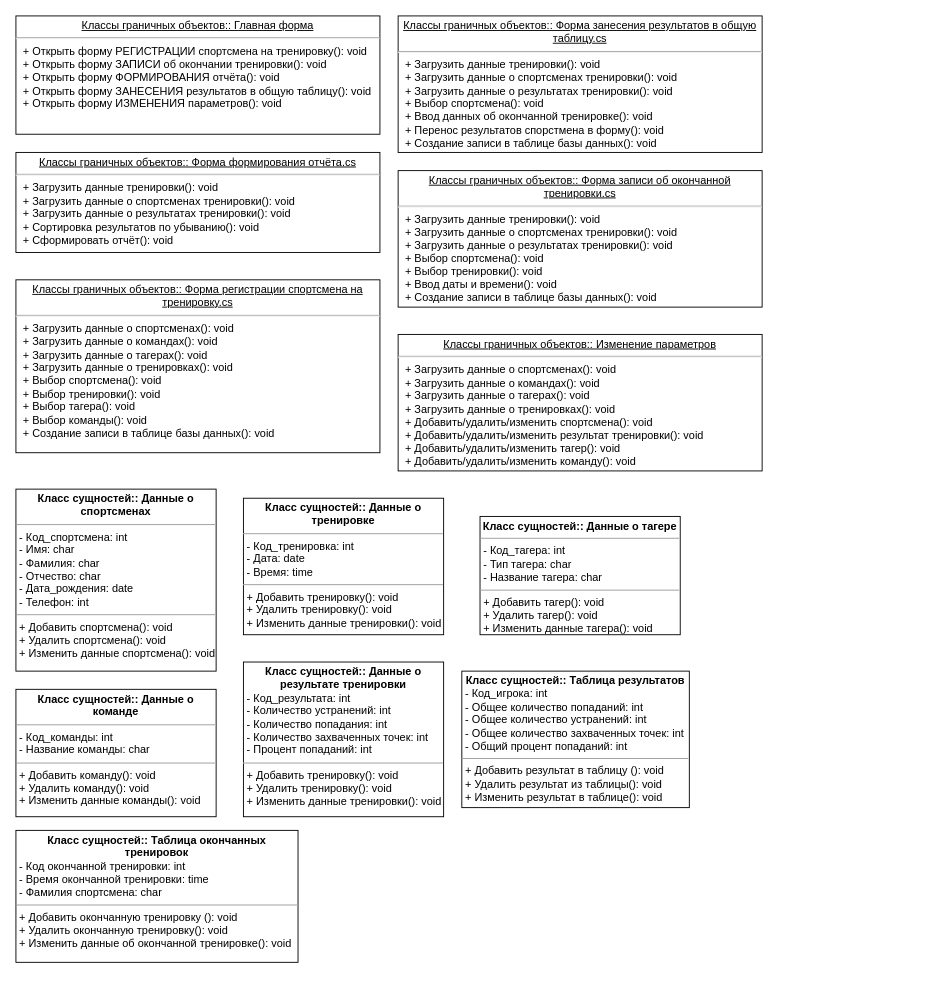
VentoAureo12/Projecting-n-Design keeps this draw.io diagram as Решения/Часть 3. Схемы/Диаграмма классов.drawio. Above is the earlier version. Source tidied: cells renumbered, new cells numbered last; positions are measured from the earlier drawing's top-left corner, leaving out a move shared by most shapes. Both pictures are drawn from the tidied source at 91%, with x=0, y=0 at pixel (15, 15).
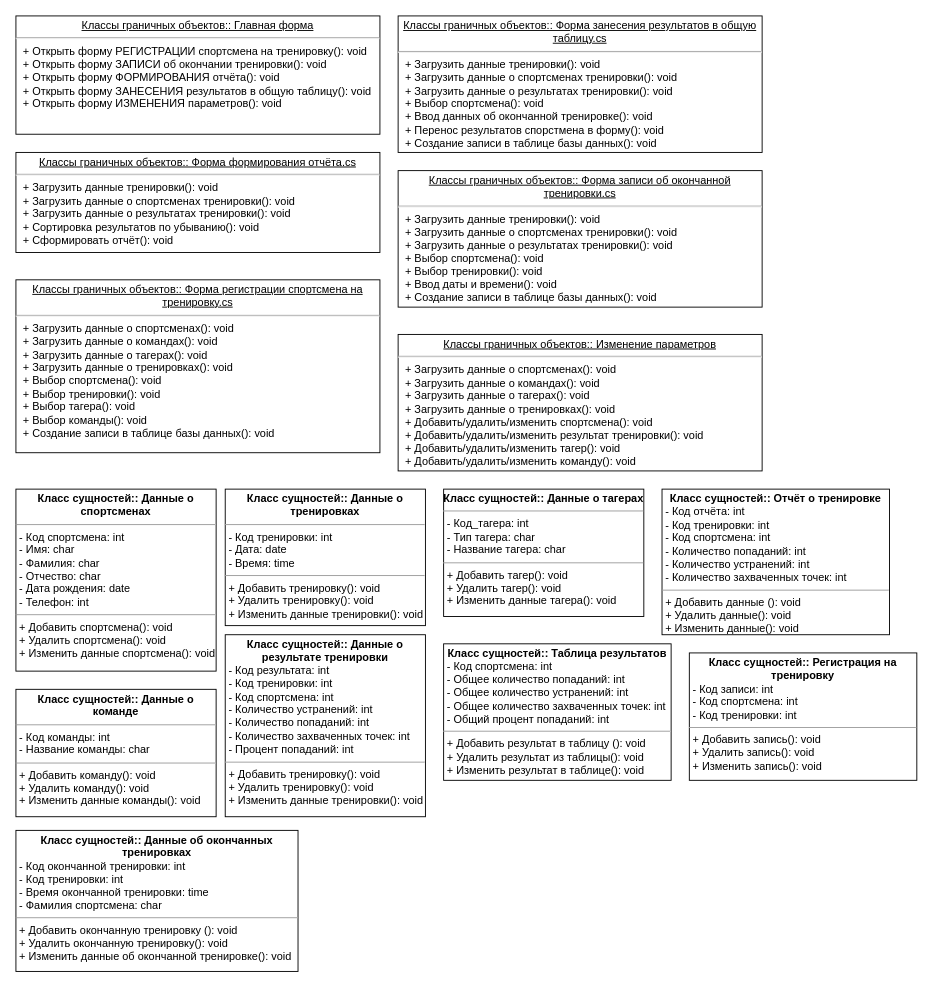
The same diagram, later.

What changed in the source:
```diff
@@
-    <mxCell id="8" value="&lt;p style=&quot;margin:0px;margin-top:4px;text-align:center;&quot;&gt;&lt;b&gt;Класс сущностей:: Данные о спортсменах&lt;/b&gt;&lt;/p&gt;&lt;hr size=&quot;1&quot;&gt;&lt;p style=&quot;margin:0px;margin-left:4px;&quot;&gt;- Код_спортсмена: int&lt;br&gt;- Имя: char&lt;/p&gt;&lt;p style=&quot;margin:0px;margin-left:4px;&quot;&gt;- Фамилия: char&lt;/p&gt;&lt;p style=&quot;margin:0px;margin-left:4px;&quot;&gt;- Отчество: char&lt;/p&gt;&lt;p style=&quot;margin:0px;margin-left:4px;&quot;&gt;- Дата_рождения: date&lt;/p&gt;&lt;p style=&quot;margin:0px;margin-left:4px;&quot;&gt;- Телефон: int&lt;/p&gt;&lt;hr size=&quot;1&quot;&gt;&lt;p style=&quot;margin:0px;margin-left:4px;&quot;&gt;+ Добавить спортсмена(): void&lt;br&gt;+ Удалить спортсмена(): void&lt;br&gt;&lt;/p&gt;&lt;p style=&quot;margin:0px;margin-left:4px;&quot;&gt;+ Изменить данные спортсмена(): void&lt;br&gt;&lt;/p&gt;" style="verticalAlign=top;align=left;overflow=fill;fontSize=12;fontFamily=Helvetica;html=1;whiteSpace=wrap;" parent="1" vertex="1">
+    <mxCell id="8" value="&lt;p style=&quot;margin:0px;margin-top:4px;text-align:center;&quot;&gt;&lt;b&gt;Класс сущностей:: Данные о спортсменах&lt;/b&gt;&lt;/p&gt;&lt;hr size=&quot;1&quot;&gt;&lt;p style=&quot;margin:0px;margin-left:4px;&quot;&gt;- Код спортсмена: int&lt;br&gt;- Имя: char&lt;/p&gt;&lt;p style=&quot;margin:0px;margin-left:4px;&quot;&gt;- Фамилия: char&lt;/p&gt;&lt;p style=&quot;margin:0px;margin-left:4px;&quot;&gt;- Отчество: char&lt;/p&gt;&lt;p style=&quot;margin:0px;margin-left:4px;&quot;&gt;- Дата рождения: date&lt;/p&gt;&lt;p style=&quot;margin:0px;margin-left:4px;&quot;&gt;- Телефон: int&lt;/p&gt;&lt;hr size=&quot;1&quot;&gt;&lt;p style=&quot;margin:0px;margin-left:4px;&quot;&gt;+ Добавить спортсмена(): void&lt;br&gt;+ Удалить спортсмена(): void&lt;br&gt;&lt;/p&gt;&lt;p style=&quot;margin:0px;margin-left:4px;&quot;&gt;+ Изменить данные спортсмена(): void&lt;br&gt;&lt;/p&gt;" style="verticalAlign=top;align=left;overflow=fill;fontSize=12;fontFamily=Helvetica;html=1;whiteSpace=wrap;" parent="1" vertex="1">
       <mxGeometry y="520" width="220" height="200" as="geometry" />
     </mxCell>
-    <mxCell id="9" value="&lt;p style=&quot;margin:0px;margin-top:4px;text-align:center;&quot;&gt;&lt;b&gt;Класс сущностей:: Данные о тренировке&lt;/b&gt;&lt;/p&gt;&lt;hr size=&quot;1&quot;&gt;&lt;p style=&quot;margin:0px;margin-left:4px;&quot;&gt;- Код_тренировка: int&lt;br&gt;- Дата: date&lt;/p&gt;&lt;p style=&quot;margin:0px;margin-left:4px;&quot;&gt;- Время: time&lt;/p&gt;&lt;hr size=&quot;1&quot;&gt;&lt;p style=&quot;margin:0px;margin-left:4px;&quot;&gt;+ Добавить тренировку(): void&lt;br&gt;+ Удалить тренировку(): void&lt;br&gt;&lt;/p&gt;&lt;p style=&quot;margin:0px;margin-left:4px;&quot;&gt;+ Изменить данные тренировки(): void&lt;br&gt;&lt;/p&gt;" style="verticalAlign=top;align=left;overflow=fill;fontSize=12;fontFamily=Helvetica;html=1;whiteSpace=wrap;" parent="1" vertex="1">
-      <mxGeometry x="250" y="530" width="220" height="150" as="geometry" />
+    <mxCell id="9" value="&lt;p style=&quot;margin:0px;margin-top:4px;text-align:center;&quot;&gt;&lt;b&gt;Класс сущностей:: Данные о тренировках&lt;/b&gt;&lt;/p&gt;&lt;hr size=&quot;1&quot;&gt;&lt;p style=&quot;margin:0px;margin-left:4px;&quot;&gt;- Код тренировки: int&lt;br&gt;- Дата: date&lt;/p&gt;&lt;p style=&quot;margin:0px;margin-left:4px;&quot;&gt;- Время: time&lt;/p&gt;&lt;hr size=&quot;1&quot;&gt;&lt;p style=&quot;margin:0px;margin-left:4px;&quot;&gt;+ Добавить тренировку(): void&lt;br&gt;+ Удалить тренировку(): void&lt;br&gt;&lt;/p&gt;&lt;p style=&quot;margin:0px;margin-left:4px;&quot;&gt;+ Изменить данные тренировки(): void&lt;br&gt;&lt;/p&gt;" style="verticalAlign=top;align=left;overflow=fill;fontSize=12;fontFamily=Helvetica;html=1;whiteSpace=wrap;" parent="1" vertex="1">
+      <mxGeometry x="230" y="520" width="220" height="150" as="geometry" />
     </mxCell>
-    <mxCell id="10" value="&lt;p style=&quot;margin:0px;margin-top:4px;text-align:center;&quot;&gt;&lt;b&gt;Класс сущностей:: Данные о тагере&lt;/b&gt;&lt;/p&gt;&lt;hr size=&quot;1&quot;&gt;&lt;p style=&quot;margin:0px;margin-left:4px;&quot;&gt;- Код_тагера: int&lt;br&gt;- Тип тагера: char&lt;/p&gt;&lt;p style=&quot;margin:0px;margin-left:4px;&quot;&gt;- Название тагера: char&lt;/p&gt;&lt;hr size=&quot;1&quot;&gt;&lt;p style=&quot;margin:0px;margin-left:4px;&quot;&gt;+ Добавить тагер(): void&lt;br&gt;+ Удалить тагер(): void&lt;br&gt;&lt;/p&gt;&lt;p style=&quot;margin:0px;margin-left:4px;&quot;&gt;+ Изменить данные тагера(): void&lt;br&gt;&lt;/p&gt;" style="verticalAlign=top;align=left;overflow=fill;fontSize=12;fontFamily=Helvetica;html=1;whiteSpace=wrap;" parent="1" vertex="1">
-      <mxGeometry x="510" y="550" width="220" height="130" as="geometry" />
+    <mxCell id="10" value="&lt;p style=&quot;margin:0px;margin-top:4px;text-align:center;&quot;&gt;&lt;b&gt;Класс сущностей:: Данные о тагерах&lt;/b&gt;&lt;/p&gt;&lt;hr size=&quot;1&quot;&gt;&lt;p style=&quot;margin:0px;margin-left:4px;&quot;&gt;- Код_тагера: int&lt;br&gt;- Тип тагера: char&lt;/p&gt;&lt;p style=&quot;margin:0px;margin-left:4px;&quot;&gt;- Название тагера: char&lt;/p&gt;&lt;hr size=&quot;1&quot;&gt;&lt;p style=&quot;margin:0px;margin-left:4px;&quot;&gt;+ Добавить тагер(): void&lt;br&gt;+ Удалить тагер(): void&lt;br&gt;&lt;/p&gt;&lt;p style=&quot;margin:0px;margin-left:4px;&quot;&gt;+ Изменить данные тагера(): void&lt;br&gt;&lt;/p&gt;" style="verticalAlign=top;align=left;overflow=fill;fontSize=12;fontFamily=Helvetica;html=1;whiteSpace=wrap;" parent="1" vertex="1">
+      <mxGeometry x="470" y="520" width="220" height="140" as="geometry" />
     </mxCell>
-    <mxCell id="11" value="&lt;p style=&quot;margin:0px;margin-top:4px;text-align:center;&quot;&gt;&lt;b&gt;Класс сущностей:: Данные о команде&lt;/b&gt;&lt;/p&gt;&lt;hr size=&quot;1&quot;&gt;&lt;p style=&quot;margin:0px;margin-left:4px;&quot;&gt;- Код_команды: int&lt;br&gt;- Название команды: char&lt;/p&gt;&lt;hr size=&quot;1&quot;&gt;&lt;p style=&quot;margin:0px;margin-left:4px;&quot;&gt;+ Добавить команду(): void&lt;br&gt;+ Удалить команду(): void&lt;br&gt;&lt;/p&gt;&lt;p style=&quot;margin:0px;margin-left:4px;&quot;&gt;+ Изменить данные команды(): void&lt;br&gt;&lt;/p&gt;" style="verticalAlign=top;align=left;overflow=fill;fontSize=12;fontFamily=Helvetica;html=1;whiteSpace=wrap;" parent="1" vertex="1">
+    <mxCell id="11" value="&lt;p style=&quot;margin:0px;margin-top:4px;text-align:center;&quot;&gt;&lt;b&gt;Класс сущностей:: Данные о команде&lt;/b&gt;&lt;/p&gt;&lt;hr size=&quot;1&quot;&gt;&lt;p style=&quot;margin:0px;margin-left:4px;&quot;&gt;- Код команды: int&lt;br&gt;- Название команды: char&lt;/p&gt;&lt;hr size=&quot;1&quot;&gt;&lt;p style=&quot;margin:0px;margin-left:4px;&quot;&gt;+ Добавить команду(): void&lt;br&gt;+ Удалить команду(): void&lt;br&gt;&lt;/p&gt;&lt;p style=&quot;margin:0px;margin-left:4px;&quot;&gt;+ Изменить данные команды(): void&lt;br&gt;&lt;/p&gt;" style="verticalAlign=top;align=left;overflow=fill;fontSize=12;fontFamily=Helvetica;html=1;whiteSpace=wrap;" parent="1" vertex="1">
       <mxGeometry y="740" width="220" height="140" as="geometry" />
     </mxCell>
-    <mxCell id="12" value="&lt;p style=&quot;margin:0px;margin-top:4px;text-align:center;&quot;&gt;&lt;b&gt;Класс сущностей:: Данные о результате тренировки&lt;/b&gt;&lt;/p&gt;&lt;p style=&quot;margin:0px;margin-left:4px;&quot;&gt;- Код_результата: int&lt;br&gt;- Количество устранений: int&lt;/p&gt;&lt;p style=&quot;margin:0px;margin-left:4px;&quot;&gt;- Количество попадания: int&lt;/p&gt;&lt;p style=&quot;margin:0px;margin-left:4px;&quot;&gt;- Количество захваченных точек: int&lt;br&gt;&lt;/p&gt;&lt;p style=&quot;margin:0px;margin-left:4px;&quot;&gt;- Процент попаданий: int&lt;br&gt;&lt;/p&gt;&lt;hr size=&quot;1&quot;&gt;&lt;p style=&quot;margin:0px;margin-left:4px;&quot;&gt;+ Добавить тренировку(): void&lt;br&gt;+ Удалить тренировку(): void&lt;br&gt;&lt;/p&gt;&lt;p style=&quot;margin:0px;margin-left:4px;&quot;&gt;+ Изменить данные тренировки(): void&lt;br&gt;&lt;/p&gt;" style="verticalAlign=top;align=left;overflow=fill;fontSize=12;fontFamily=Helvetica;html=1;whiteSpace=wrap;" parent="1" vertex="1">
-      <mxGeometry x="250" y="710" width="220" height="170" as="geometry" />
+    <mxCell id="12" value="&lt;p style=&quot;margin:0px;margin-top:4px;text-align:center;&quot;&gt;&lt;b&gt;Класс сущностей:: Данные о результате тренировки&lt;/b&gt;&lt;/p&gt;&lt;p style=&quot;margin:0px;margin-left:4px;&quot;&gt;- Код результата: int&lt;/p&gt;&lt;p style=&quot;margin:0px;margin-left:4px;&quot;&gt;- Код тренировки: int&lt;/p&gt;&lt;p style=&quot;margin:0px;margin-left:4px;&quot;&gt;- Код спортсмена: int&lt;br&gt;- Количество устранений: int&lt;/p&gt;&lt;p style=&quot;margin:0px;margin-left:4px;&quot;&gt;- Количество попаданий: int&lt;/p&gt;&lt;p style=&quot;margin:0px;margin-left:4px;&quot;&gt;- Количество захваченных точек: int&lt;br&gt;&lt;/p&gt;&lt;p style=&quot;margin:0px;margin-left:4px;&quot;&gt;- Процент попаданий: int&lt;br&gt;&lt;/p&gt;&lt;hr size=&quot;1&quot;&gt;&lt;p style=&quot;margin:0px;margin-left:4px;&quot;&gt;+ Добавить тренировку(): void&lt;br&gt;+ Удалить тренировку(): void&lt;br&gt;&lt;/p&gt;&lt;p style=&quot;margin:0px;margin-left:4px;&quot;&gt;+ Изменить данные тренировки(): void&lt;br&gt;&lt;/p&gt;" style="verticalAlign=top;align=left;overflow=fill;fontSize=12;fontFamily=Helvetica;html=1;whiteSpace=wrap;" parent="1" vertex="1">
+      <mxGeometry x="230" y="680" width="220" height="200" as="geometry" />
     </mxCell>
-    <mxCell id="13" value="&lt;p style=&quot;margin:0px;margin-top:4px;text-align:center;&quot;&gt;&lt;b&gt;Класс сущностей:: Таблица результатов&lt;/b&gt;&lt;/p&gt;&lt;p style=&quot;margin:0px;margin-left:4px;&quot;&gt;- Код_игрока: int&lt;br&gt;- Общее количество попаданий: int&lt;/p&gt;&lt;p style=&quot;margin:0px;margin-left:4px;&quot;&gt;- Общее количество устранений: int&lt;/p&gt;&lt;p style=&quot;margin:0px;margin-left:4px;&quot;&gt;- Общее количество захваченных точек: int&lt;br&gt;&lt;/p&gt;&lt;p style=&quot;margin:0px;margin-left:4px;&quot;&gt;- Общий процент попаданий: int&lt;br&gt;&lt;/p&gt;&lt;hr size=&quot;1&quot;&gt;&lt;p style=&quot;margin:0px;margin-left:4px;&quot;&gt;+ Добавить результат в таблицу (): void&lt;br&gt;+ Удалить результат из таблицы(): void&lt;br&gt;&lt;/p&gt;&lt;p style=&quot;margin:0px;margin-left:4px;&quot;&gt;+ Изменить результат в таблице(): void&lt;br&gt;&lt;/p&gt;" style="verticalAlign=top;align=left;overflow=fill;fontSize=12;fontFamily=Helvetica;html=1;whiteSpace=wrap;" parent="1" vertex="1">
-      <mxGeometry x="490" y="720" width="250" height="150" as="geometry" />
+    <mxCell id="13" value="&lt;p style=&quot;margin:0px;margin-top:4px;text-align:center;&quot;&gt;&lt;b&gt;Класс сущностей:: Таблица результатов&lt;/b&gt;&lt;/p&gt;&lt;p style=&quot;margin:0px;margin-left:4px;&quot;&gt;- Код спортсмена: int&lt;br&gt;- Общее количество попаданий: int&lt;/p&gt;&lt;p style=&quot;margin:0px;margin-left:4px;&quot;&gt;- Общее количество устранений: int&lt;/p&gt;&lt;p style=&quot;margin:0px;margin-left:4px;&quot;&gt;- Общее количество захваченных точек: int&lt;br&gt;&lt;/p&gt;&lt;p style=&quot;margin:0px;margin-left:4px;&quot;&gt;- Общий процент попаданий: int&lt;br&gt;&lt;/p&gt;&lt;hr size=&quot;1&quot;&gt;&lt;p style=&quot;margin:0px;margin-left:4px;&quot;&gt;+ Добавить результат в таблицу (): void&lt;br&gt;+ Удалить результат из таблицы(): void&lt;br&gt;&lt;/p&gt;&lt;p style=&quot;margin:0px;margin-left:4px;&quot;&gt;+ Изменить результат в таблице(): void&lt;br&gt;&lt;/p&gt;" style="verticalAlign=top;align=left;overflow=fill;fontSize=12;fontFamily=Helvetica;html=1;whiteSpace=wrap;" parent="1" vertex="1">
+      <mxGeometry x="470" y="690" width="250" height="150" as="geometry" />
     </mxCell>
-    <mxCell id="14" value="&lt;p style=&quot;margin:0px;margin-top:4px;text-align:center;&quot;&gt;&lt;b&gt;Класс сущностей:: Таблица окончанных тренировок&lt;/b&gt;&lt;/p&gt;&lt;p style=&quot;margin:0px;margin-left:4px;&quot;&gt;- Код окончанной тренировки: int&lt;br&gt;- Время окончанной тренировки: time&lt;/p&gt;&lt;p style=&quot;margin:0px;margin-left:4px;&quot;&gt;- Фамилия спортсмена: char&lt;/p&gt;&lt;hr size=&quot;1&quot;&gt;&lt;p style=&quot;margin:0px;margin-left:4px;&quot;&gt;+ Добавить окончанную тренировку (): void&lt;br&gt;+ Удалить окончанную тренировку(): void&lt;br&gt;&lt;/p&gt;&lt;p style=&quot;margin:0px;margin-left:4px;&quot;&gt;+ Изменить данные об окончанной тренировке(): void&lt;br&gt;&lt;/p&gt;" style="verticalAlign=top;align=left;overflow=fill;fontSize=12;fontFamily=Helvetica;html=1;whiteSpace=wrap;" parent="1" vertex="1">
-      <mxGeometry y="895" width="310" height="145" as="geometry" />
+    <mxCell id="14" value="&lt;p style=&quot;margin:0px;margin-top:4px;text-align:center;&quot;&gt;&lt;b&gt;Класс сущностей:: Данные об окончанных тренировках&lt;/b&gt;&lt;/p&gt;&lt;p style=&quot;margin:0px;margin-left:4px;&quot;&gt;- Код окончанной тренировки: int&lt;/p&gt;&lt;p style=&quot;margin:0px;margin-left:4px;&quot;&gt;- Код тренировки: int&lt;br&gt;- Время окончанной тренировки: time&lt;/p&gt;&lt;p style=&quot;margin:0px;margin-left:4px;&quot;&gt;- Фамилия спортсмена: char&lt;/p&gt;&lt;hr size=&quot;1&quot;&gt;&lt;p style=&quot;margin:0px;margin-left:4px;&quot;&gt;+ Добавить окончанную тренировку (): void&lt;br&gt;+ Удалить окончанную тренировку(): void&lt;br&gt;&lt;/p&gt;&lt;p style=&quot;margin:0px;margin-left:4px;&quot;&gt;+ Изменить данные об окончанной тренировке(): void&lt;br&gt;&lt;/p&gt;" style="verticalAlign=top;align=left;overflow=fill;fontSize=12;fontFamily=Helvetica;html=1;whiteSpace=wrap;" parent="1" vertex="1">
+      <mxGeometry y="895" width="310" height="155" as="geometry" />
     </mxCell>
+    <mxCell id="15" value="&lt;p style=&quot;margin:0px;margin-top:4px;text-align:center;&quot;&gt;&lt;b&gt;Класс сущностей:: Отчёт о тренировке&lt;/b&gt;&lt;/p&gt;&lt;p style=&quot;margin:0px;margin-left:4px;&quot;&gt;- Код отчёта: int&lt;br&gt;- Код тренировки: int&lt;/p&gt;&lt;p style=&quot;margin:0px;margin-left:4px;&quot;&gt;- Код спортсмена: int&lt;/p&gt;&lt;p style=&quot;margin:0px;margin-left:4px;&quot;&gt;- Количество попаданий: int&lt;br&gt;&lt;/p&gt;&lt;p style=&quot;margin:0px;margin-left:4px;&quot;&gt;- Количество устранений: int&lt;br&gt;&lt;/p&gt;&lt;p style=&quot;margin:0px;margin-left:4px;&quot;&gt;- Количество захваченных точек: int&lt;/p&gt;&lt;hr size=&quot;1&quot;&gt;&lt;p style=&quot;margin:0px;margin-left:4px;&quot;&gt;+ Добавить данные (): void&lt;br&gt;+ Удалить данные(): void&lt;br&gt;&lt;/p&gt;&lt;p style=&quot;margin:0px;margin-left:4px;&quot;&gt;+ Изменить данные(): void&lt;br&gt;&lt;/p&gt;" style="verticalAlign=top;align=left;overflow=fill;fontSize=12;fontFamily=Helvetica;html=1;whiteSpace=wrap;" parent="1" vertex="1">
+      <mxGeometry x="710" y="520" width="250" height="160" as="geometry" />
+    </mxCell>
+    <mxCell id="16" value="&lt;p style=&quot;margin:0px;margin-top:4px;text-align:center;&quot;&gt;&lt;b&gt;Класс сущностей:: Регистрация на тренировку&lt;/b&gt;&lt;/p&gt;&lt;p style=&quot;margin:0px;margin-left:4px;&quot;&gt;- Код записи: int&lt;/p&gt;&lt;p style=&quot;margin:0px;margin-left:4px;&quot;&gt;- Код спортсмена: int&lt;/p&gt;&lt;p style=&quot;margin:0px;margin-left:4px;&quot;&gt;- Код тренировки: int&lt;br&gt;&lt;/p&gt;&lt;hr size=&quot;1&quot;&gt;&lt;p style=&quot;margin:0px;margin-left:4px;&quot;&gt;+ Добавить запись(): void&lt;br&gt;+ Удалить запись(): void&lt;br&gt;&lt;/p&gt;&lt;p style=&quot;margin:0px;margin-left:4px;&quot;&gt;+ Изменить запись(): void&lt;br&gt;&lt;/p&gt;" style="verticalAlign=top;align=left;overflow=fill;fontSize=12;fontFamily=Helvetica;html=1;whiteSpace=wrap;" parent="1" vertex="1">
+      <mxGeometry x="740" y="700" width="250" height="140" as="geometry" />
+    </mxCell>
```
